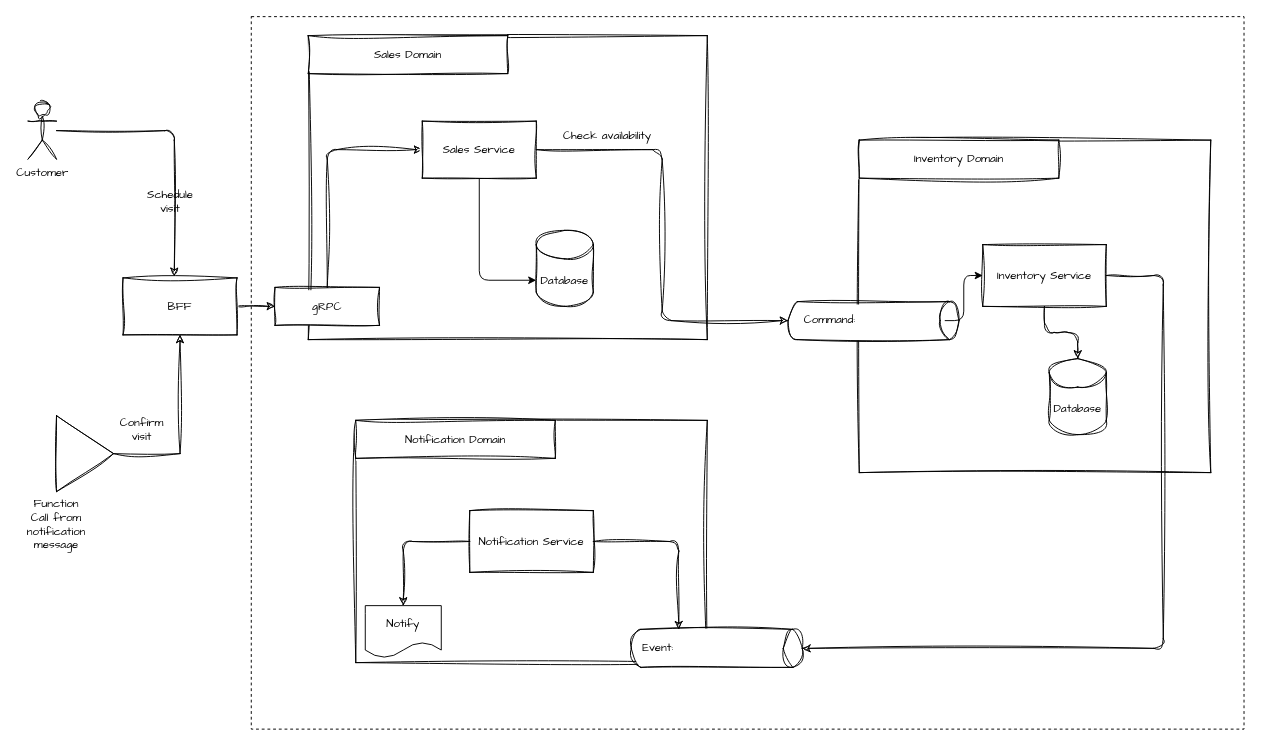
This is resources/sales-service-design.drawio from breno-rdv/poise-adrs, a draw.io file, before an edit. Source tidied: cells renumbered, new cells numbered last; positions are measured from the earlier drawing's top-left corner, leaving out a move shared by most shapes. Both pictures are drawn from the tidied source at 95%, with x=0, y=0 at pixel (28, 16).
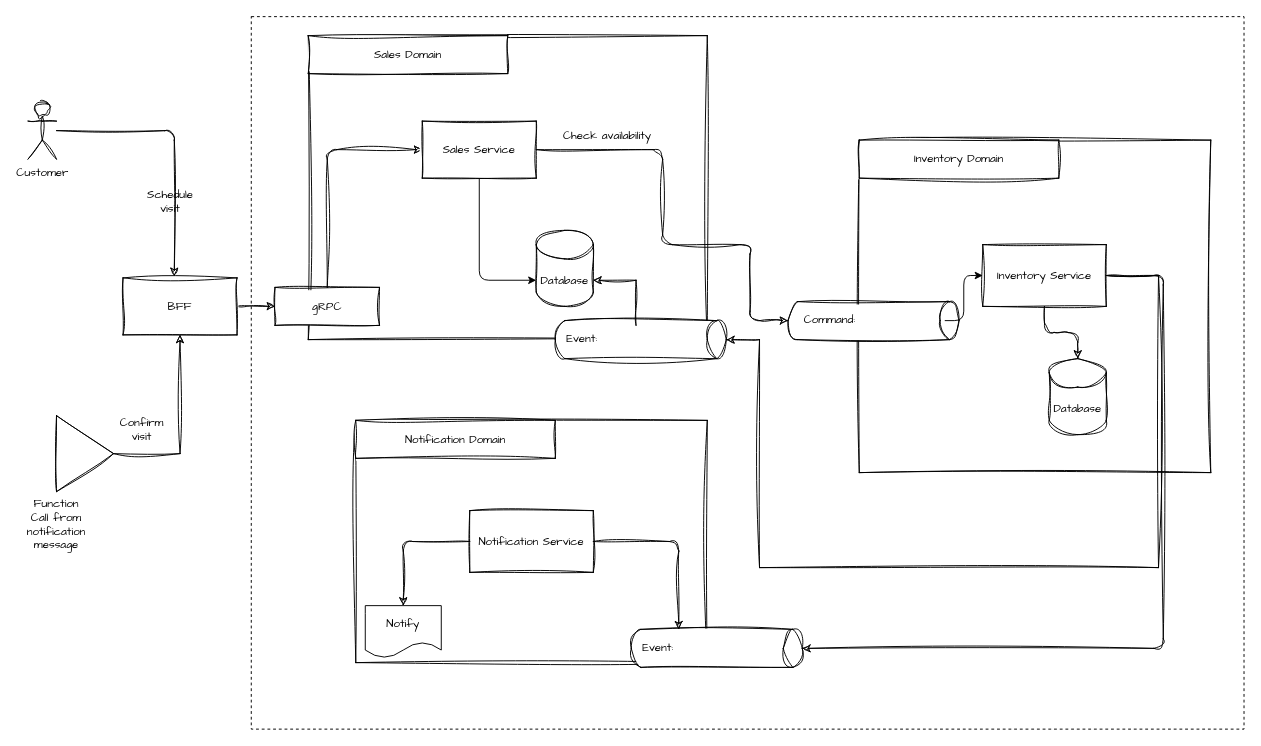
The same page after the edit.

Commit message (it also covers changes not shown here):
chore(Sales-Service): add final architecture overview

The change refers to these unchanged cells:
```xml
<mxCell id="7" style="shape=cylinder3;whiteSpace=wrap;html=1;boundedLbl=1;backgroundOutline=1;size=10;sketch=1;curveFitting=1;jiggle=2;rotation=90;" parent="1" vertex="1">
  <mxGeometry x="870" y="230" width="40" height="180" as="geometry" />
</mxCell>
<mxCell id="8" value="&lt;font face=&quot;Comic Sans MS&quot;&gt;Sales Service&lt;/font&gt;" style="rounded=0;whiteSpace=wrap;html=1;sketch=1;curveFitting=1;jiggle=2;" parent="1" vertex="1">
  <mxGeometry x="415" y="110" width="120" height="60" as="geometry" />
</mxCell>
<mxCell id="10" value="&lt;font face=&quot;Comic Sans MS&quot;&gt;Inventory Service&lt;/font&gt;" style="rounded=0;whiteSpace=wrap;html=1;sketch=1;curveFitting=1;jiggle=2;" parent="1" vertex="1">
  <mxGeometry x="1005" y="240" width="130" height="65" as="geometry" />
</mxCell>
<mxCell id="25" value="&lt;font face=&quot;Comic Sans MS&quot;&gt;Database&lt;/font&gt;" style="shape=cylinder3;whiteSpace=wrap;html=1;boundedLbl=1;backgroundOutline=1;size=15;sketch=1;curveFitting=1;jiggle=2;" parent="1" vertex="1">
  <mxGeometry x="535" y="225" width="60" height="80" as="geometry" />
</mxCell>
```

The edit, as a diff of the source:
```diff
@@
+    <mxCell id="37" style="rounded=0;whiteSpace=wrap;html=1;fillStyle=auto;dashed=1;fillColor=none;" parent="1" vertex="1">
+      <mxGeometry x="235" width="1045" height="750" as="geometry" />
+    </mxCell>
@@
     <mxCell id="22" style="edgeStyle=orthogonalEdgeStyle;rounded=1;jettySize=auto;html=1;entryX=0.5;entryY=1;entryDx=0;entryDy=0;entryPerimeter=0;curved=0;sketch=1;curveFitting=1;jiggle=2;" parent="1" edge="1" source="8" target="7">
-      <mxGeometry relative="1" as="geometry" />
+      <mxGeometry relative="1" as="geometry">
+        <Array as="points">
+          <mxPoint x="668" y="140" />
+          <mxPoint x="668" y="240" />
+          <mxPoint x="760" y="240" />
+          <mxPoint x="760" y="320" />
+        </Array>
+      </mxGeometry>
     </mxCell>
@@
-    <mxCell id="37" style="rounded=0;whiteSpace=wrap;html=1;fillStyle=auto;dashed=1;fillColor=none;" parent="1" vertex="1">
-      <mxGeometry x="235" width="1045" height="750" as="geometry" />
-    </mxCell>
+    <mxCell id="38" style="shape=cylinder3;whiteSpace=wrap;html=1;boundedLbl=1;backgroundOutline=1;size=10;sketch=1;curveFitting=1;jiggle=2;rotation=90;" parent="1" vertex="1">
+      <mxGeometry x="625" y="250" width="40" height="180" as="geometry" />
+    </mxCell>
+    <mxCell id="39" value="Event:&amp;nbsp;" style="text;html=1;whiteSpace=wrap;strokeColor=none;fillColor=none;align=left;verticalAlign=middle;rounded=0;fontFamily=Comic Sans MS;" parent="1" vertex="1">
+      <mxGeometry x="565" y="325" width="150" height="30" as="geometry" />
+    </mxCell>
+    <mxCell id="40" style="edgeStyle=orthogonalEdgeStyle;rounded=0;jettySize=auto;html=1;entryX=1;entryY=0;entryDx=0;entryDy=52.5;entryPerimeter=0;sketch=1;curveFitting=1;jiggle=2;" parent="1" edge="1" source="39" target="25">
+      <mxGeometry relative="1" as="geometry" />
+    </mxCell>
+    <mxCell id="41" style="edgeStyle=orthogonalEdgeStyle;rounded=0;jettySize=auto;html=1;entryX=0.5;entryY=0;entryDx=0;entryDy=0;entryPerimeter=0;sketch=1;curveFitting=1;jiggle=2;" parent="1" edge="1" source="10" target="38">
+      <mxGeometry relative="1" as="geometry">
+        <Array as="points">
+          <mxPoint x="1190" y="273" />
+          <mxPoint x="1190" y="580" />
+          <mxPoint x="770" y="580" />
+          <mxPoint x="770" y="340" />
+        </Array>
+      </mxGeometry>
+    </mxCell>
```
